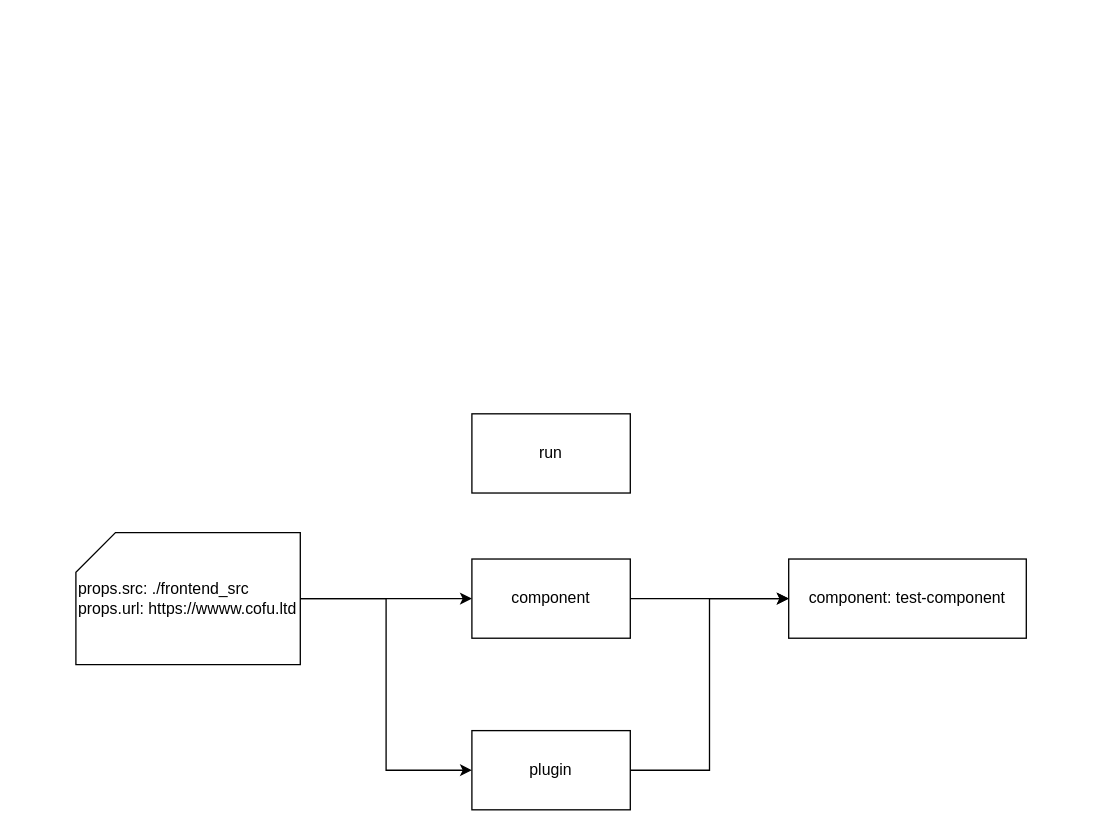
Above: drawio/actions中的run_component_plugin.drawio in happinessandlove/Pic (draw.io), before the change. Source tidied: cells renumbered, new cells numbered last; positions are measured from the earlier drawing's top-left corner, leaving out a move shared by most shapes. Both pictures are drawn from the tidied source at 132%, with x=0, y=0 at pixel (75, 413).
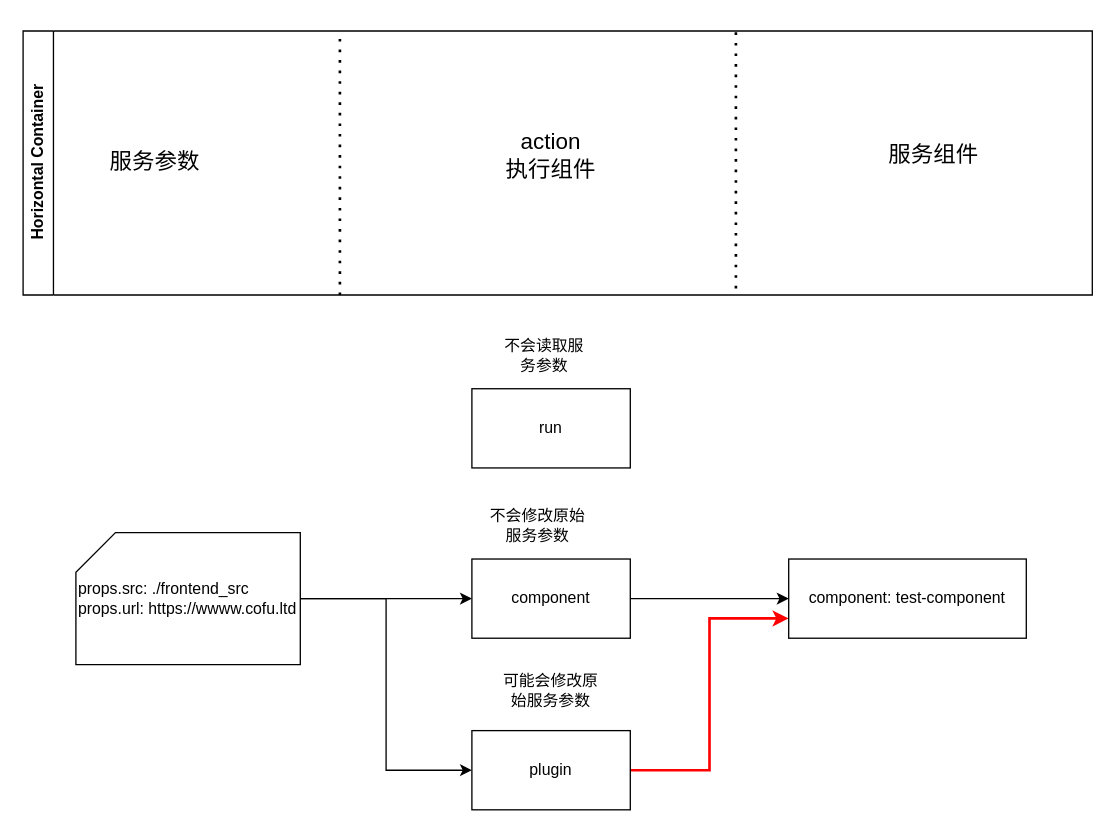
After the change.

Unchanged cells that the change refers to:
```xml
<mxCell id="9" value="plugin" style="rounded=0;whiteSpace=wrap;html=1;" parent="1" vertex="1">
  <mxGeometry x="300" y="240" width="120" height="60" as="geometry" />
</mxCell>
<mxCell id="10" value="component: test-component" style="rounded=0;whiteSpace=wrap;html=1;" parent="1" vertex="1">
  <mxGeometry x="540" y="110" width="180" height="60" as="geometry" />
</mxCell>
```

Diff of the diagram source:
```diff
@@
     <mxCell id="2" value="run" style="rounded=0;whiteSpace=wrap;html=1;" parent="1" vertex="1">
-      <mxGeometry x="300" width="120" height="60" as="geometry" />
+      <mxGeometry x="300" y="-19" width="120" height="60" as="geometry" />
     </mxCell>
@@
-    <mxCell id="8" style="edgeStyle=orthogonalEdgeStyle;rounded=0;jettySize=auto;html=1;entryX=0;entryY=0.5;entryDx=0;entryDy=0;" parent="1" edge="1" source="9" target="10">
-      <mxGeometry relative="1" as="geometry" />
+    <mxCell id="8" style="edgeStyle=orthogonalEdgeStyle;rounded=0;jettySize=auto;html=1;fontColor=#FF0000;labelBackgroundColor=#FF0000;labelBorderColor=#CC0000;spacing=4;strokeColor=#FF0000;strokeWidth=2;entryX=0;entryY=0.75;entryDx=0;entryDy=0;exitX=1;exitY=0.5;exitDx=0;exitDy=0;" parent="1" edge="1" source="9" target="10">
+      <mxGeometry relative="1" as="geometry">
+        <Array as="points">
+          <mxPoint x="480" y="270" />
+          <mxPoint x="480" y="155" />
+        </Array>
+      </mxGeometry>
     </mxCell>
@@
+    <mxCell id="11" value="Horizontal Container" style="swimlane;horizontal=0;whiteSpace=wrap;html=1;" parent="1" vertex="1">
+      <mxGeometry x="-40" y="-290" width="810" height="200" as="geometry" />
+    </mxCell>
+    <mxCell id="12" value="服务参数" style="text;html=1;strokeColor=none;fillColor=none;align=center;verticalAlign=middle;whiteSpace=wrap;rounded=0;fontSize=17;" parent="11" vertex="1">
+      <mxGeometry x="60" y="85" width="80" height="30" as="geometry" />
+    </mxCell>
+    <mxCell id="13" value="action&lt;br&gt;执行组件" style="text;html=1;strokeColor=none;fillColor=none;align=center;verticalAlign=middle;whiteSpace=wrap;rounded=0;fontSize=17;" parent="11" vertex="1">
+      <mxGeometry x="360" y="80" width="80" height="30" as="geometry" />
+    </mxCell>
+    <mxCell id="14" value="服务组件" style="text;html=1;strokeColor=none;fillColor=none;align=center;verticalAlign=middle;whiteSpace=wrap;rounded=0;fontSize=17;" parent="11" vertex="1">
+      <mxGeometry x="650" y="80" width="80" height="30" as="geometry" />
+    </mxCell>
+    <mxCell id="15" style="endArrow=none;dashed=1;html=1;dashPattern=1 3;strokeWidth=2;rounded=0;" parent="11" edge="1">
+      <mxGeometry relative="1" as="geometry">
+        <mxPoint x="240" y="200" as="sourcePoint" />
+        <mxPoint x="240" as="targetPoint" />
+      </mxGeometry>
+    </mxCell>
+    <mxCell id="16" style="endArrow=none;dashed=1;html=1;dashPattern=1 3;strokeWidth=2;rounded=0;" parent="11" edge="1">
+      <mxGeometry relative="1" as="geometry">
+        <mxPoint x="540" y="195" as="sourcePoint" />
+        <mxPoint x="540" y="-5" as="targetPoint" />
+      </mxGeometry>
+    </mxCell>
+    <mxCell id="17" value="可能会修改原始服务参数" style="text;html=1;strokeColor=none;fillColor=none;align=center;verticalAlign=middle;whiteSpace=wrap;rounded=0;" parent="1" vertex="1">
+      <mxGeometry x="320" y="195" width="80" height="30" as="geometry" />
+    </mxCell>
+    <mxCell id="18" value="不会修改原始服务参数" style="text;html=1;strokeColor=none;fillColor=none;align=center;verticalAlign=middle;whiteSpace=wrap;rounded=0;" parent="1" vertex="1">
+      <mxGeometry x="310" y="70" width="80" height="30" as="geometry" />
+    </mxCell>
+    <mxCell id="19" value="不会读取服务参数" style="text;html=1;strokeColor=none;fillColor=none;align=center;verticalAlign=middle;whiteSpace=wrap;rounded=0;" parent="1" vertex="1">
+      <mxGeometry x="320" y="-59" width="70" height="30" as="geometry" />
+    </mxCell>
```
